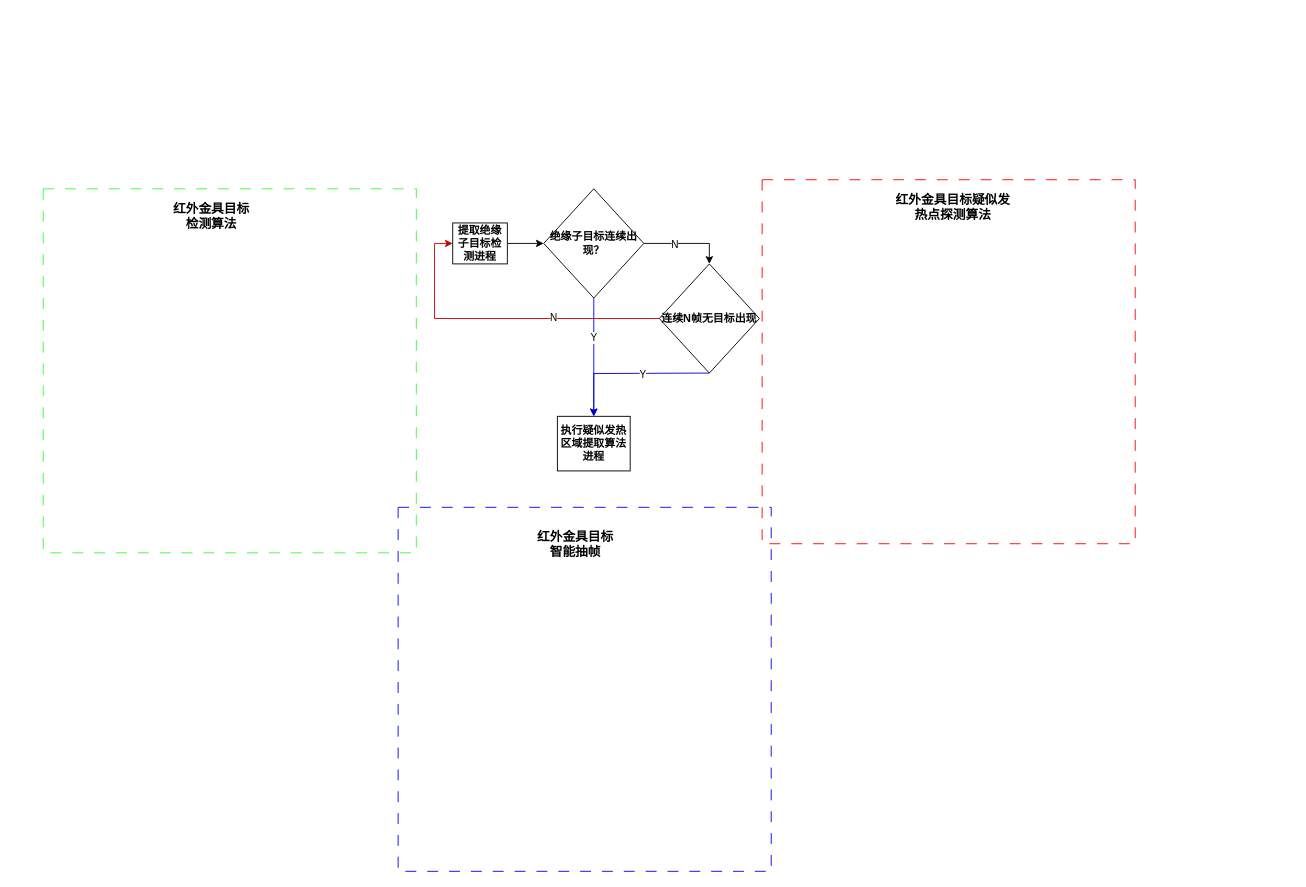
Above: page "红外项目算法全流程图" (1 of 3) of 红外发热点提取算法流程图.drawio in paleblackless/diagrams (draw.io), before the change. Source tidied: cells renumbered, new cells numbered last; positions are measured from the earlier drawing's top-left corner, leaving out a move shared by most shapes. Both pictures are drawn from the tidied source at 91%, with x=0, y=0 at pixel (43, 179).
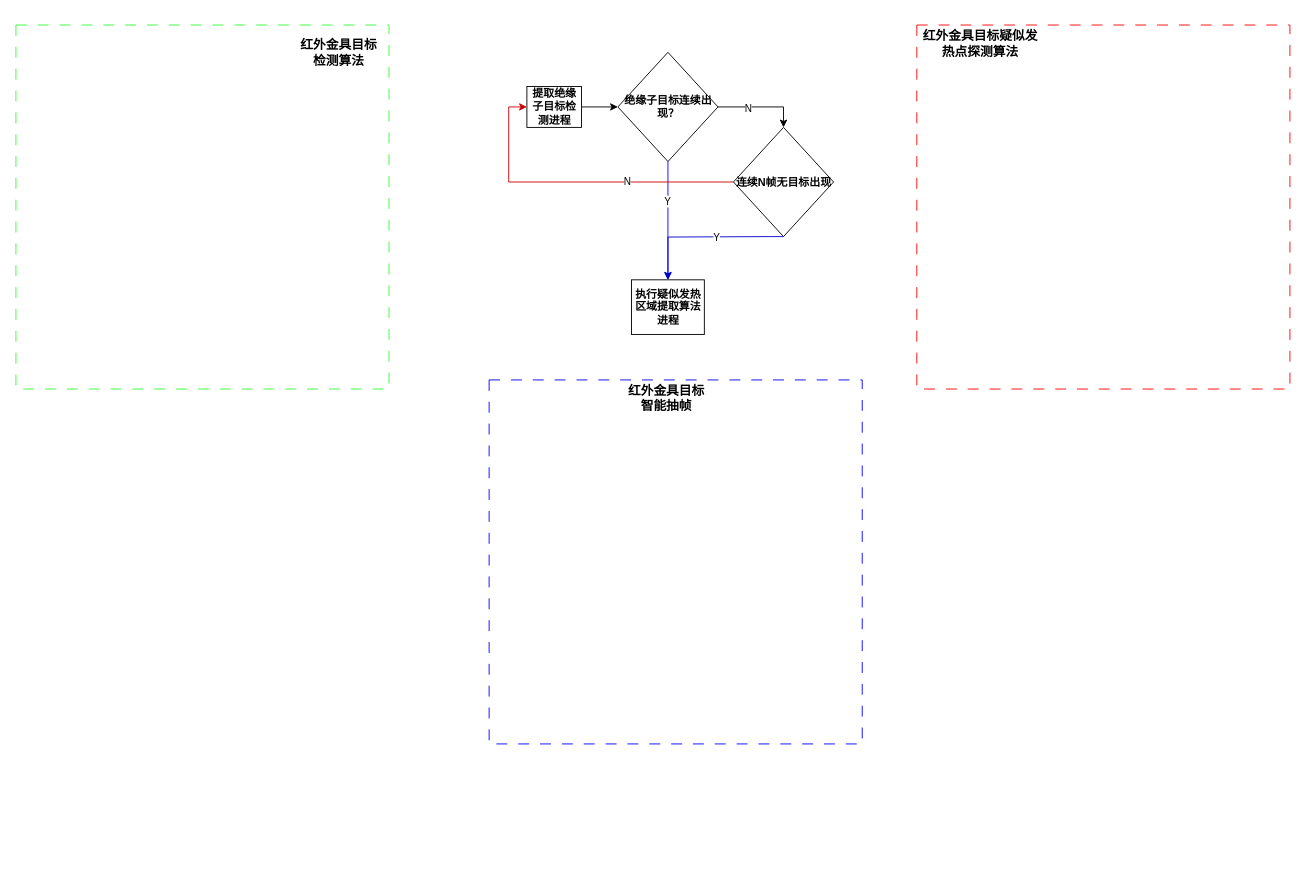
After the change.

Commit message:
Update 红外发热点提取算法流程图.drawio

The change refers to these unchanged cells:
```xml
<mxCell id="10" style="group;" parent="9" vertex="1">
  <mxGeometry x="10" width="407" height="310" as="geometry" />
</mxCell>
```

What changed in the source:
```diff
@@
-    <mxCell id="2" style="group;dashed=1;dashPattern=12 12;" parent="1" vertex="1">
-      <mxGeometry y="10" width="1050" height="670" as="geometry" />
-    </mxCell>
-    <mxCell id="3" style="rounded=0;whiteSpace=wrap;html=1;fillColor=none;dashed=1;strokeColor=#33FF33;dashPattern=12 12;" parent="2" vertex="1">
-      <mxGeometry width="410" height="400" as="geometry" />
-    </mxCell>
-    <mxCell id="4" style="rounded=0;whiteSpace=wrap;html=1;fillColor=none;dashed=1;strokeColor=#FF0000;dashPattern=12 12;" parent="2" vertex="1">
-      <mxGeometry x="790" y="-10" width="410" height="400" as="geometry" />
-    </mxCell>
-    <mxCell id="5" style="rounded=0;whiteSpace=wrap;html=1;fillColor=none;dashed=1;strokeColor=#0000FF;dashPattern=12 12;" parent="2" vertex="1">
-      <mxGeometry x="390" y="350" width="410" height="400" as="geometry" />
-    </mxCell>
-    <mxCell id="6" value="&lt;b&gt;&lt;font style=&quot;font-size: 14px;&quot;&gt;红外金具目标检测算法&lt;/font&gt;&lt;/b&gt;" style="text;html=1;strokeColor=none;fillColor=none;align=center;verticalAlign=middle;whiteSpace=wrap;rounded=0;dashed=1;dashPattern=12 12;" parent="2" vertex="1">
-      <mxGeometry x="140" width="90" height="60" as="geometry" />
-    </mxCell>
-    <mxCell id="7" value="&lt;b&gt;&lt;font style=&quot;font-size: 14px;&quot;&gt;红外金具目标疑似发热点探测算法&lt;/font&gt;&lt;/b&gt;" style="text;html=1;strokeColor=none;fillColor=none;align=center;verticalAlign=middle;whiteSpace=wrap;rounded=0;dashed=1;dashPattern=12 12;" parent="2" vertex="1">
-      <mxGeometry x="930" y="-10" width="140" height="60" as="geometry" />
-    </mxCell>
-    <mxCell id="8" value="&lt;b&gt;&lt;font style=&quot;font-size: 14px;&quot;&gt;红外金具目标智能抽帧&lt;/font&gt;&lt;/b&gt;" style="text;html=1;strokeColor=none;fillColor=none;align=center;verticalAlign=middle;whiteSpace=wrap;rounded=0;dashed=1;dashPattern=12 12;" parent="2" vertex="1">
-      <mxGeometry x="540" y="360" width="90" height="60" as="geometry" />
-    </mxCell>
-    <mxCell id="9" style="group;" parent="2" vertex="1">
-      <mxGeometry x="410" y="20" width="407" height="310" as="geometry" />
+    <mxCell id="9" style="group;" parent="1" vertex="1">
+      <mxGeometry x="481.5" y="-140" width="407" height="310" as="geometry" />
     </mxCell>
@@
     <mxCell id="11" value="&lt;b&gt;绝缘子目标连续出现？&lt;/b&gt;" style="rhombus;whiteSpace=wrap;html=1;" parent="10" vertex="1">
-      <mxGeometry x="130" y="-20" width="110" height="120" as="geometry" />
+      <mxGeometry x="140" width="110" height="120" as="geometry" />
     </mxCell>
@@
     <mxCell id="13" value="&lt;b style=&quot;border-color: var(--border-color);&quot;&gt;提取绝缘子目标检测进程&lt;/b&gt;" style="rounded=0;whiteSpace=wrap;html=1;" parent="10" vertex="1">
-      <mxGeometry x="30" y="17.5" width="60" height="45" as="geometry" />
+      <mxGeometry x="40" y="37.5" width="60" height="45" as="geometry" />
     </mxCell>
     <mxCell id="14" value="&lt;b&gt;执行疑似发热区域提取算法进程&lt;/b&gt;" style="rounded=0;whiteSpace=wrap;html=1;" parent="10" vertex="1">
-      <mxGeometry x="145" y="230" width="80" height="60" as="geometry" />
+      <mxGeometry x="155" y="250" width="80" height="60" as="geometry" />
     </mxCell>
@@
     <mxCell id="19" value="&lt;b&gt;连续N帧无目标出现&lt;/b&gt;" style="rhombus;whiteSpace=wrap;html=1;" parent="10" vertex="1">
-      <mxGeometry x="257" y="62.5" width="110" height="120" as="geometry" />
+      <mxGeometry x="267" y="82.5" width="110" height="120" as="geometry" />
     </mxCell>
@@
     <mxCell id="22" style="edgeStyle=orthogonalEdgeStyle;rounded=0;jettySize=auto;html=1;exitX=0.5;exitY=1;exitDx=0;exitDy=0;strokeColor=#0000CC;entryX=0.5;entryY=0;entryDx=0;entryDy=0;" parent="10" edge="1" source="19" target="14">
       <mxGeometry relative="1" as="geometry">
         <Array as="points">
-          <mxPoint x="297" y="183" />
-          <mxPoint x="185" y="183" />
+          <mxPoint x="307" y="203" />
+          <mxPoint x="195" y="203" />
         </Array>
       </mxGeometry>
     </mxCell>
@@
+    <mxCell id="24" style="group;" parent="1" vertex="1">
+      <mxGeometry x="-30" y="-170" width="410" height="400" as="geometry" />
+    </mxCell>
+    <mxCell id="3" style="rounded=0;whiteSpace=wrap;html=1;fillColor=none;dashed=1;strokeColor=#33FF33;dashPattern=12 12;" parent="24" vertex="1">
+      <mxGeometry width="410" height="400" as="geometry" />
+    </mxCell>
+    <mxCell id="6" value="&lt;b&gt;&lt;font style=&quot;font-size: 14px;&quot;&gt;红外金具目标检测算法&lt;/font&gt;&lt;/b&gt;" style="text;html=1;strokeColor=none;fillColor=none;align=center;verticalAlign=middle;whiteSpace=wrap;rounded=0;dashed=1;dashPattern=12 12;" parent="24" vertex="1">
+      <mxGeometry x="310" width="90" height="60" as="geometry" />
+    </mxCell>
+    <mxCell id="25" style="group;" parent="1" vertex="1">
+      <mxGeometry x="490" y="210" width="410" height="410" as="geometry" />
+    </mxCell>
+    <mxCell id="5" style="rounded=0;whiteSpace=wrap;html=1;fillColor=none;dashed=1;strokeColor=#0000FF;dashPattern=12 12;" parent="25" vertex="1">
+      <mxGeometry y="10" width="410" height="400" as="geometry" />
+    </mxCell>
+    <mxCell id="8" value="&lt;b&gt;&lt;font style=&quot;font-size: 14px;&quot;&gt;红外金具目标智能抽帧&lt;/font&gt;&lt;/b&gt;" style="text;html=1;strokeColor=none;fillColor=none;align=center;verticalAlign=middle;whiteSpace=wrap;rounded=0;dashed=1;dashPattern=12 12;" parent="25" vertex="1">
+      <mxGeometry x="150" width="90" height="60" as="geometry" />
+    </mxCell>
+    <mxCell id="26" style="group;" parent="1" vertex="1">
+      <mxGeometry x="960" y="-180" width="410" height="410" as="geometry" />
+    </mxCell>
+    <mxCell id="4" style="rounded=0;whiteSpace=wrap;html=1;fillColor=none;dashed=1;strokeColor=#FF0000;dashPattern=12 12;" parent="26" vertex="1">
+      <mxGeometry y="10" width="410" height="400" as="geometry" />
+    </mxCell>
+    <mxCell id="7" value="&lt;b&gt;&lt;font style=&quot;font-size: 14px;&quot;&gt;红外金具目标疑似发热点探测算法&lt;/font&gt;&lt;/b&gt;" style="text;html=1;strokeColor=none;fillColor=none;align=center;verticalAlign=middle;whiteSpace=wrap;rounded=0;dashed=1;dashPattern=12 12;" parent="26" vertex="1">
+      <mxGeometry width="140" height="60" as="geometry" />
+    </mxCell>
```
